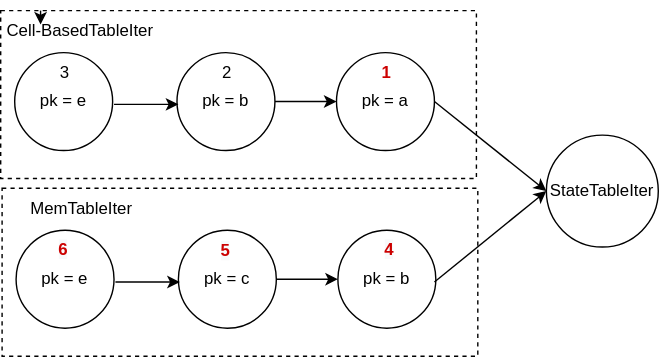
Before: docs/images/relational-table-layer/relational-table-02.svg, a diagram exported from draw.io (risingwavelabs/risingwave). Source tidied: cells renumbered, new cells last; positions are measured from the earlier drawing's top-left corner, leaving out a move shared by most shapes.
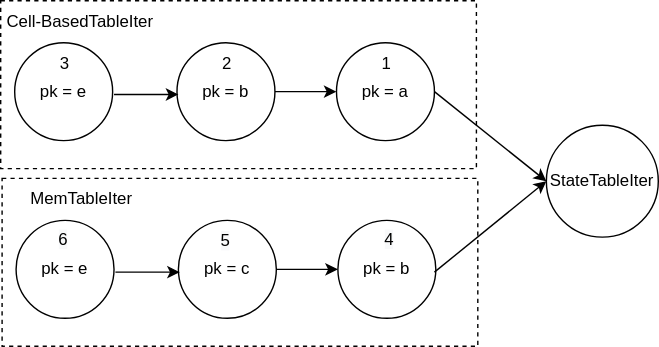
After the commit.

The edit, as a diff of the source:
```diff
@@ -54,9 +54,6 @@
     <mxCell id="16" value="Cell-BasedTableIter" style="text;html=1;strokeColor=none;fillColor=none;align=center;verticalAlign=middle;whiteSpace=wrap;rounded=0;dashed=1;" parent="1" vertex="1">
       <mxGeometry width="114" height="30" as="geometry" />
     </mxCell>
-    <mxCell id="17" style="edgeStyle=orthogonalEdgeStyle;rounded=0;orthogonalLoop=1;jettySize=auto;html=1;exitX=0.25;exitY=0;exitDx=0;exitDy=0;entryX=0.25;entryY=0.333;entryDx=0;entryDy=0;entryPerimeter=0;" parent="1" edge="1" source="16" target="16">
-      <mxGeometry relative="1" as="geometry" />
-    </mxCell>
     <mxCell id="18" value="pk = e" style="ellipse;whiteSpace=wrap;html=1;" parent="1" vertex="1">
       <mxGeometry x="10" y="30" width="70" height="70" as="geometry" />
     </mxCell>
@@ -66,10 +63,10 @@
         <mxPoint x="127" y="67" as="targetPoint" />
       </mxGeometry>
     </mxCell>
-    <mxCell id="20" value="&lt;b&gt;&lt;font color=&quot;#cc0000&quot;&gt;1&lt;/font&gt;&lt;/b&gt;" style="text;html=1;strokeColor=none;fillColor=none;align=center;verticalAlign=middle;whiteSpace=wrap;rounded=0;dashed=1;" parent="1" vertex="1">
+    <mxCell id="20" value="1" style="text;html=1;strokeColor=none;fillColor=none;align=center;verticalAlign=middle;whiteSpace=wrap;rounded=0;dashed=1;" parent="1" vertex="1">
       <mxGeometry x="246" y="30" width="60" height="30" as="geometry" />
     </mxCell>
-    <mxCell id="21" value="&lt;span style=&quot;font-family: Helvetica; font-size: 12px; font-style: normal; font-variant-ligatures: normal; font-variant-caps: normal; letter-spacing: normal; orphans: 2; text-align: center; text-indent: 0px; text-transform: none; widows: 2; word-spacing: 0px; -webkit-text-stroke-width: 0px; background-color: rgb(248, 249, 250); text-decoration-thickness: initial; text-decoration-style: initial; text-decoration-color: initial; float: none; display: inline !important;&quot;&gt;&lt;b style=&quot;&quot;&gt;&lt;font color=&quot;#cc0000&quot;&gt;4&lt;/font&gt;&lt;/b&gt;&lt;/span&gt;" style="text;html=1;strokeColor=none;fillColor=none;align=center;verticalAlign=middle;whiteSpace=wrap;rounded=0;dashed=1;" parent="1" vertex="1">
+    <mxCell id="21" value="&lt;meta charset=&quot;utf-8&quot;&gt;&lt;span style=&quot;color: rgb(0, 0, 0); font-family: Helvetica; font-size: 12px; font-style: normal; font-variant-ligatures: normal; font-variant-caps: normal; font-weight: 400; letter-spacing: normal; orphans: 2; text-align: center; text-indent: 0px; text-transform: none; widows: 2; word-spacing: 0px; -webkit-text-stroke-width: 0px; background-color: rgb(248, 249, 250); text-decoration-thickness: initial; text-decoration-style: initial; text-decoration-color: initial; float: none; display: inline !important;&quot;&gt;4&lt;/span&gt;" style="text;html=1;strokeColor=none;fillColor=none;align=center;verticalAlign=middle;whiteSpace=wrap;rounded=0;dashed=1;" parent="1" vertex="1">
       <mxGeometry x="248" y="156" width="60" height="30" as="geometry" />
     </mxCell>
     <mxCell id="22" value="2" style="text;html=1;strokeColor=none;fillColor=none;align=center;verticalAlign=middle;whiteSpace=wrap;rounded=0;dashed=1;" parent="1" vertex="1">
@@ -78,10 +75,10 @@
     <mxCell id="23" value="3" style="text;html=1;strokeColor=none;fillColor=none;align=center;verticalAlign=middle;whiteSpace=wrap;rounded=0;dashed=1;" parent="1" vertex="1">
       <mxGeometry x="16" y="30" width="60" height="30" as="geometry" />
     </mxCell>
-    <mxCell id="24" value="&lt;b&gt;&lt;font color=&quot;#cc0000&quot;&gt;&lt;span style=&quot;font-family: Helvetica; font-size: 12px; font-style: normal; font-variant-ligatures: normal; font-variant-caps: normal; letter-spacing: normal; orphans: 2; text-align: center; text-indent: 0px; text-transform: none; widows: 2; word-spacing: 0px; -webkit-text-stroke-width: 0px; background-color: rgb(248, 249, 250); text-decoration-thickness: initial; text-decoration-style: initial; text-decoration-color: initial; float: none; display: inline !important;&quot;&gt;5&lt;/span&gt;&lt;span style=&quot;font-family: monospace; font-size: 0px; text-align: start;&quot;&gt;%3CmxGraphModel%3E%3Croot%3E%3CmxCell%20id%3D%220%22%2F%3E%3CmxCell%20id%3D%221%22%20parent%3D%220%22%2F%3E%3CmxCell%20id%3D%222%22%20value%3D%22%26lt%3Bmeta%20charset%3D%26quot%3Butf-8%26quot%3B%26gt%3B%26lt%3Bspan%20style%3D%26quot%3Bcolor%3A%20rgb(0%2C%200%2C%200)%3B%20font-family%3A%20Helvetica%3B%20font-size%3A%2012px%3B%20font-style%3A%20normal%3B%20font-variant-ligatures%3A%20normal%3B%20font-variant-caps%3A%20normal%3B%20font-weight%3A%20400%3B%20letter-spacing%3A%20normal%3B%20orphans%3A%202%3B%20text-align%3A%20center%3B%20text-indent%3A%200px%3B%20text-transform%3A%20none%3B%20widows%3A%202%3B%20word-spacing%3A%200px%3B%20-webkit-text-stroke-width%3A%200px%3B%20background-color%3A%20rgb(248%2C%20249%2C%20250)%3B%20text-decoration-thickness%3A%20initial%3B%20text-decoration-style%3A%20initial%3B%20text-decoration-color%3A%20initial%3B%20float%3A%20none%3B%20display%3A%20inline%20!important%3B%26quot%3B%26gt%3B4%26lt%3B%2Fspan%26gt%3B%22%20style%3D%22text%3Bhtml%3D1%3BstrokeColor%3Dnone%3BfillColor%3Dnone%3Balign%3Dcenter%3BverticalAlign%3Dmiddle%3BwhiteSpace%3Dwrap%3Brounded%3D0%3Bdashed%3D1%3B%22%20vertex%3D%221%22%20parent%3D%221%22%3E%3CmxGeometry%20x%3D%22374%22%20y%3D%22377%22%20width%3D%2260%22%20height%3D%2230%22%20as%3D%22geometry%22%2F%3E%3C%2FmxCell%3E%3C%2Froot%3E%3C%2FmxGraphModel%3E&lt;/span&gt;&lt;/font&gt;&lt;/b&gt;" style="text;html=1;strokeColor=none;fillColor=none;align=center;verticalAlign=middle;whiteSpace=wrap;rounded=0;dashed=1;" parent="1" vertex="1">
+    <mxCell id="24" value="&lt;span style=&quot;color: rgb(0, 0, 0); font-family: Helvetica; font-size: 12px; font-style: normal; font-variant-ligatures: normal; font-variant-caps: normal; font-weight: 400; letter-spacing: normal; orphans: 2; text-align: center; text-indent: 0px; text-transform: none; widows: 2; word-spacing: 0px; -webkit-text-stroke-width: 0px; background-color: rgb(248, 249, 250); text-decoration-thickness: initial; text-decoration-style: initial; text-decoration-color: initial; float: none; display: inline !important;&quot;&gt;5&lt;/span&gt;&lt;span style=&quot;color: rgba(0, 0, 0, 0); font-family: monospace; font-size: 0px; text-align: start;&quot;&gt;%3CmxGraphModel%3E%3Croot%3E%3CmxCell%20id%3D%220%22%2F%3E%3CmxCell%20id%3D%221%22%20parent%3D%220%22%2F%3E%3CmxCell%20id%3D%222%22%20value%3D%22%26lt%3Bmeta%20charset%3D%26quot%3Butf-8%26quot%3B%26gt%3B%26lt%3Bspan%20style%3D%26quot%3Bcolor%3A%20rgb(0%2C%200%2C%200)%3B%20font-family%3A%20Helvetica%3B%20font-size%3A%2012px%3B%20font-style%3A%20normal%3B%20font-variant-ligatures%3A%20normal%3B%20font-variant-caps%3A%20normal%3B%20font-weight%3A%20400%3B%20letter-spacing%3A%20normal%3B%20orphans%3A%202%3B%20text-align%3A%20center%3B%20text-indent%3A%200px%3B%20text-transform%3A%20none%3B%20widows%3A%202%3B%20word-spacing%3A%200px%3B%20-webkit-text-stroke-width%3A%200px%3B%20background-color%3A%20rgb(248%2C%20249%2C%20250)%3B%20text-decoration-thickness%3A%20initial%3B%20text-decoration-style%3A%20initial%3B%20text-decoration-color%3A%20initial%3B%20float%3A%20none%3B%20display%3A%20inline%20!important%3B%26quot%3B%26gt%3B4%26lt%3B%2Fspan%26gt%3B%22%20style%3D%22text%3Bhtml%3D1%3BstrokeColor%3Dnone%3BfillColor%3Dnone%3Balign%3Dcenter%3BverticalAlign%3Dmiddle%3BwhiteSpace%3Dwrap%3Brounded%3D0%3Bdashed%3D1%3B%22%20vertex%3D%221%22%20parent%3D%221%22%3E%3CmxGeometry%20x%3D%22374%22%20y%3D%22377%22%20width%3D%2260%22%20height%3D%2230%22%20as%3D%22geometry%22%2F%3E%3C%2FmxCell%3E%3C%2Froot%3E%3C%2FmxGraphModel%3E&lt;/span&gt;" style="text;html=1;strokeColor=none;fillColor=none;align=center;verticalAlign=middle;whiteSpace=wrap;rounded=0;dashed=1;" parent="1" vertex="1">
       <mxGeometry x="131" y="157" width="60" height="30" as="geometry" />
     </mxCell>
-    <mxCell id="25" value="&lt;span style=&quot;font-family: Helvetica; font-size: 12px; font-style: normal; font-variant-ligatures: normal; font-variant-caps: normal; letter-spacing: normal; orphans: 2; text-align: center; text-indent: 0px; text-transform: none; widows: 2; word-spacing: 0px; -webkit-text-stroke-width: 0px; background-color: rgb(248, 249, 250); text-decoration-thickness: initial; text-decoration-style: initial; text-decoration-color: initial; float: none; display: inline !important;&quot;&gt;&lt;b style=&quot;&quot;&gt;&lt;font color=&quot;#cc0000&quot;&gt;6&lt;/font&gt;&lt;/b&gt;&lt;/span&gt;" style="text;html=1;strokeColor=none;fillColor=none;align=center;verticalAlign=middle;whiteSpace=wrap;rounded=0;dashed=1;" parent="1" vertex="1">
+    <mxCell id="25" value="&lt;span style=&quot;color: rgb(0, 0, 0); font-family: Helvetica; font-size: 12px; font-style: normal; font-variant-ligatures: normal; font-variant-caps: normal; font-weight: 400; letter-spacing: normal; orphans: 2; text-align: center; text-indent: 0px; text-transform: none; widows: 2; word-spacing: 0px; -webkit-text-stroke-width: 0px; background-color: rgb(248, 249, 250); text-decoration-thickness: initial; text-decoration-style: initial; text-decoration-color: initial; float: none; display: inline !important;&quot;&gt;6&lt;/span&gt;" style="text;html=1;strokeColor=none;fillColor=none;align=center;verticalAlign=middle;whiteSpace=wrap;rounded=0;dashed=1;" parent="1" vertex="1">
       <mxGeometry x="15" y="156" width="60" height="30" as="geometry" />
     </mxCell>
   </root>
```
